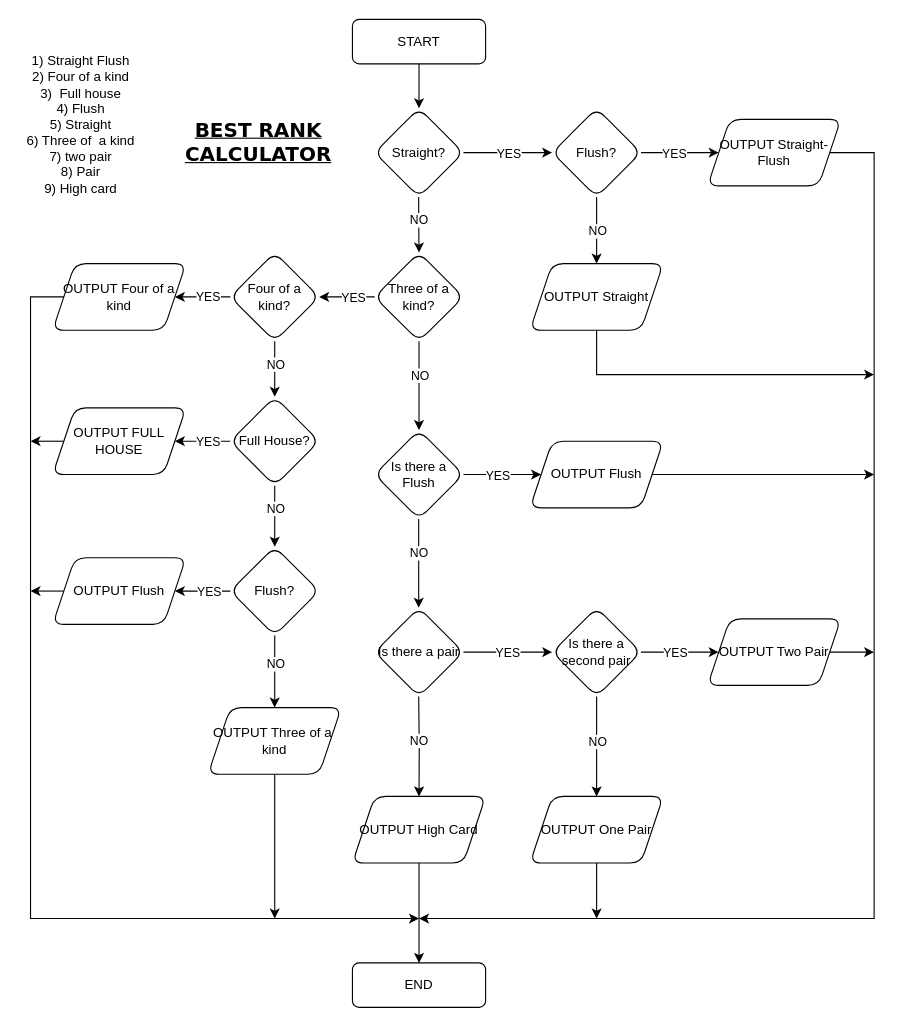
The draw.io diagram Project/BestRank Flowchart.drawio in avishnoi12/A-Level-Project, before the edit. Source tidied: cells renumbered, new cells numbered last; positions are measured from the earlier drawing's top-left corner, leaving out a move shared by most shapes. Both pictures are drawn from the tidied source at 111%, with x=0, y=0 at pixel (19, 19).
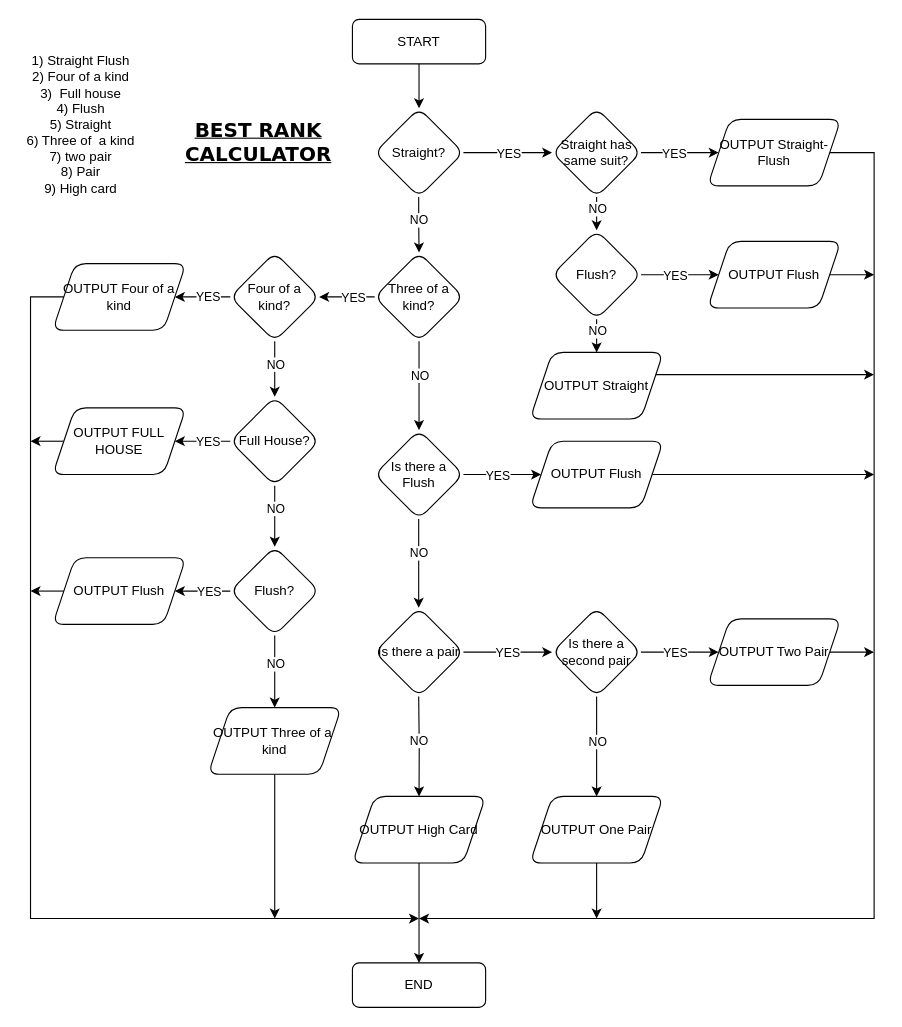
The same diagram, later.

Diff of the diagram source:
```diff
@@
-    <mxCell id="11" style="edgeStyle=orthogonalEdgeStyle;rounded=0;jettySize=auto;html=1;" parent="1" edge="1" source="13" target="17">
-      <mxGeometry relative="1" as="geometry" />
-    </mxCell>
-    <mxCell id="12" value="NO" style="edgeLabel;html=1;align=center;verticalAlign=middle;" parent="11" vertex="1">
-      <mxGeometry x="-0.89" relative="1" as="geometry">
-        <mxPoint y="27" as="offset" />
-      </mxGeometry>
-    </mxCell>
+    <mxCell id="72" style="edgeStyle=orthogonalEdgeStyle;rounded=0;jettySize=auto;html=1;" parent="1" edge="1" source="13" target="78">
+      <mxGeometry relative="1" as="geometry" />
+    </mxCell>
+    <mxCell id="73" value="NO" style="edgeLabel;html=1;align=center;verticalAlign=middle;" parent="72" vertex="1">
+      <mxGeometry x="-0.79" y="1" relative="1" as="geometry">
+        <mxPoint x="-1" y="5" as="offset" />
+      </mxGeometry>
+    </mxCell>
-    <mxCell id="13" value="Flush?" style="rhombus;whiteSpace=wrap;html=1;rounded=1;shadow=0;strokeWidth=1;glass=0;" parent="1" vertex="1">
+    <mxCell id="13" value="Straight has same suit?" style="rhombus;whiteSpace=wrap;html=1;rounded=1;shadow=0;strokeWidth=1;glass=0;" parent="1" vertex="1">
       <mxGeometry x="480" y="80" width="80" height="80" as="geometry" />
     </mxCell>
@@
     <mxCell id="17" value="OUTPUT Straight" style="shape=parallelogram;perimeter=parallelogramPerimeter;whiteSpace=wrap;html=1;fixedSize=1;rounded=1;shadow=0;strokeWidth=1;glass=0;" parent="1" vertex="1">
-      <mxGeometry x="460" y="220" width="120" height="60" as="geometry" />
+      <mxGeometry x="460" y="300" width="120" height="60" as="geometry" />
     </mxCell>
@@
+    <mxCell id="74" style="edgeStyle=orthogonalEdgeStyle;rounded=0;jettySize=auto;html=1;exitX=0.5;exitY=1;exitDx=0;exitDy=0;entryX=0.5;entryY=0;entryDx=0;entryDy=0;" parent="1" edge="1" source="78" target="17">
+      <mxGeometry relative="1" as="geometry" />
+    </mxCell>
+    <mxCell id="75" value="NO" style="edgeLabel;html=1;align=center;verticalAlign=middle;" parent="74" vertex="1">
+      <mxGeometry x="-0.78" relative="1" as="geometry">
+        <mxPoint y="7" as="offset" />
+      </mxGeometry>
+    </mxCell>
+    <mxCell id="76" style="edgeStyle=orthogonalEdgeStyle;rounded=0;jettySize=auto;html=1;" parent="1" edge="1" source="78" target="80">
+      <mxGeometry relative="1" as="geometry" />
+    </mxCell>
+    <mxCell id="77" value="YES" style="edgeLabel;html=1;align=center;verticalAlign=middle;" parent="76" vertex="1">
+      <mxGeometry x="0.22" relative="1" as="geometry">
+        <mxPoint x="-13" as="offset" />
+      </mxGeometry>
+    </mxCell>
+    <mxCell id="78" value="Flush?" style="rhombus;whiteSpace=wrap;html=1;rounded=1;shadow=0;strokeWidth=1;glass=0;" parent="1" vertex="1">
+      <mxGeometry x="480" y="190" width="80" height="80" as="geometry" />
+    </mxCell>
+    <mxCell id="79" style="edgeStyle=orthogonalEdgeStyle;rounded=0;jettySize=auto;html=1;exitX=1;exitY=0.5;exitDx=0;exitDy=0;" parent="1" edge="1" source="80">
+      <mxGeometry relative="1" as="geometry">
+        <mxPoint x="770" y="230.1" as="targetPoint" />
+      </mxGeometry>
+    </mxCell>
+    <mxCell id="80" value="OUTPUT Flush" style="shape=parallelogram;perimeter=parallelogramPerimeter;whiteSpace=wrap;html=1;fixedSize=1;rounded=1;shadow=0;strokeWidth=1;glass=0;" parent="1" vertex="1">
+      <mxGeometry x="620" y="200" width="120" height="60" as="geometry" />
+    </mxCell>
```
